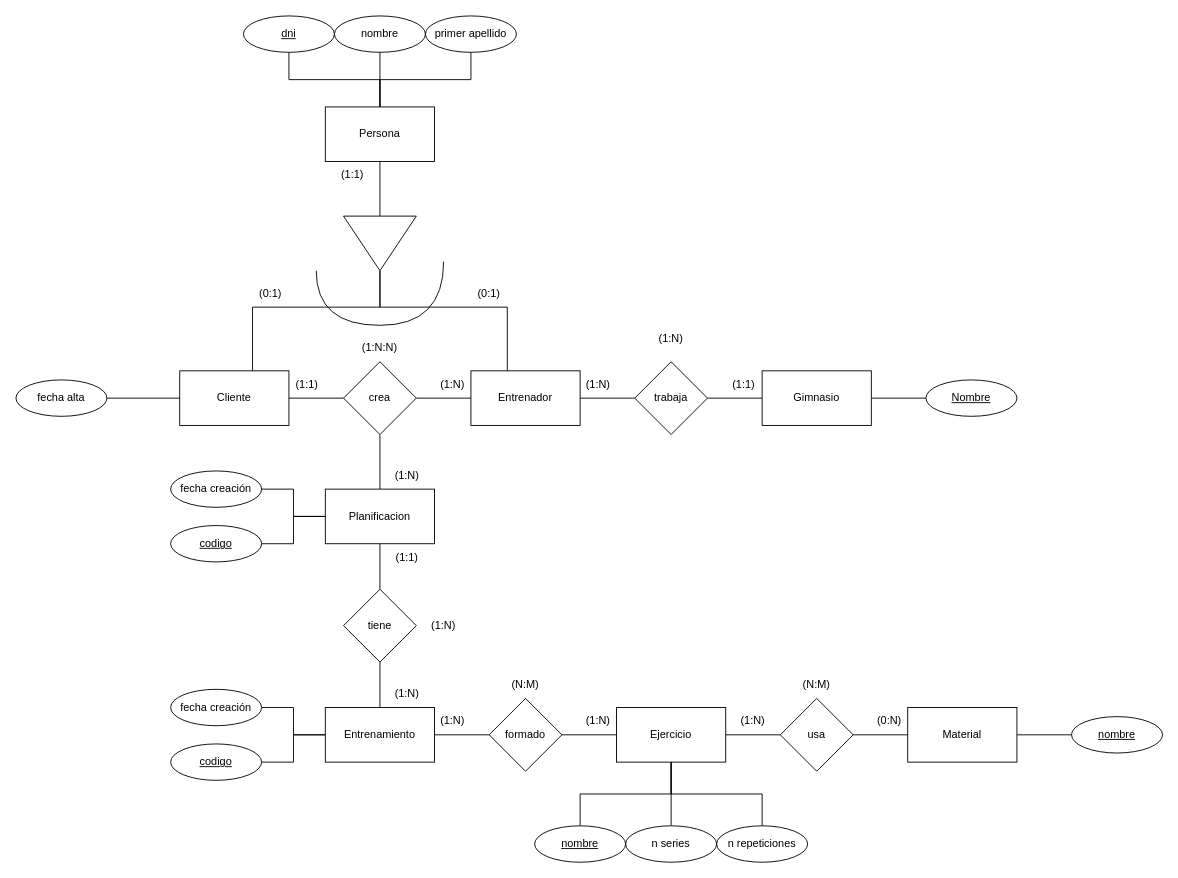
This is page "Página-1" (1 of 2) of BD-ACTIVIDAD-5-7.drawio from FumanalMiguelPiramide/BD-Actividad-5-7, a draw.io file, before an edit. Source tidied: cells renumbered, new cells numbered last; positions are measured from the earlier drawing's top-left corner, leaving out a move shared by most shapes. Both pictures are drawn from the tidied source at 91%, with x=0, y=0 at pixel (15, 15).
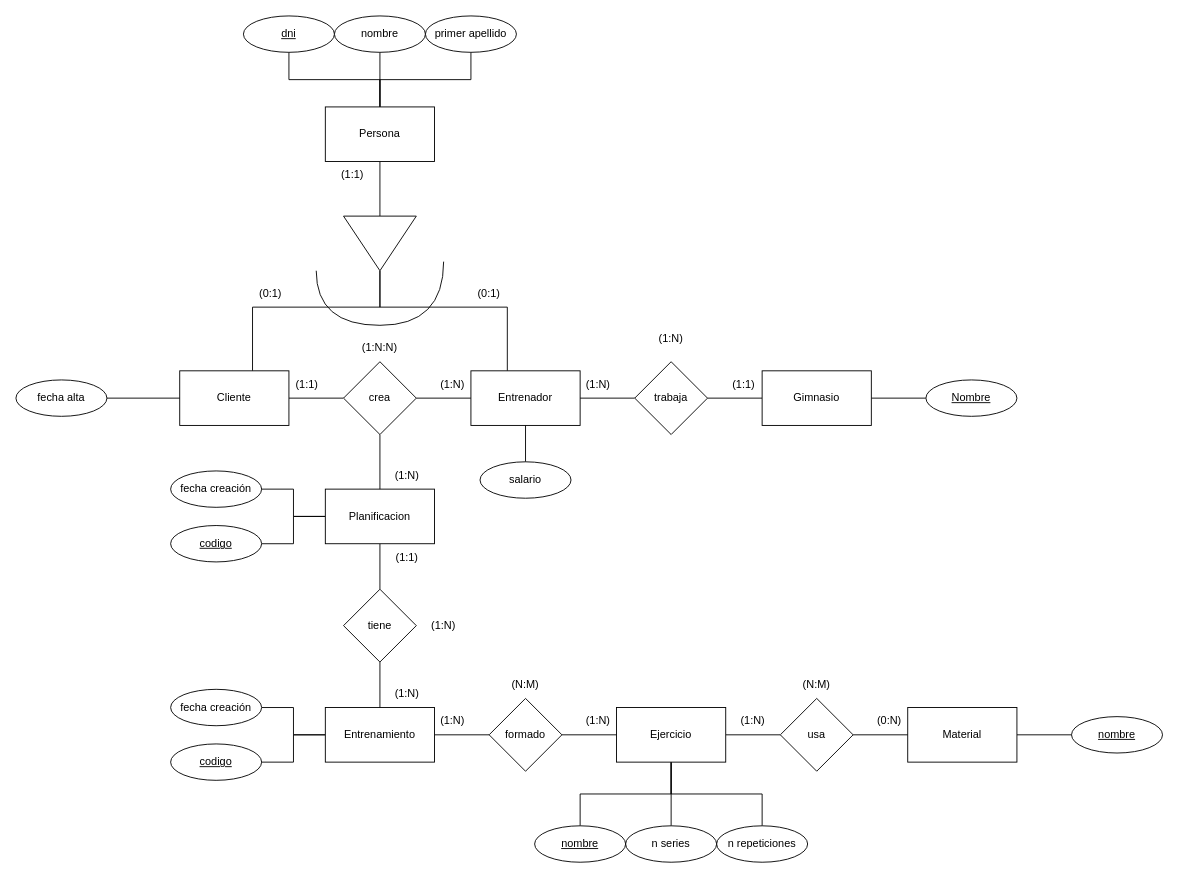
The same page after the edit.

Commit message (it also covers changes not shown here):
modelo relacional

Unchanged cells that the change refers to:
```xml
<mxCell id="7" value="Entrenador" style="rounded=0;whiteSpace=wrap;html=1;" parent="1" vertex="1">
  <mxGeometry x="500" y="390" width="120" height="60" as="geometry" />
</mxCell>
```

What changed in the source:
```diff
@@
+    <mxCell id="76" style="edgeStyle=orthogonalEdgeStyle;rounded=0;jettySize=auto;html=1;endArrow=none;endFill=0;" parent="1" edge="1" source="77" target="7">
+      <mxGeometry relative="1" as="geometry" />
+    </mxCell>
+    <mxCell id="77" value="salario" style="ellipse;whiteSpace=wrap;html=1;align=center;" parent="1" vertex="1">
+      <mxGeometry x="510" y="490" width="100" height="40" as="geometry" />
+    </mxCell>
```
